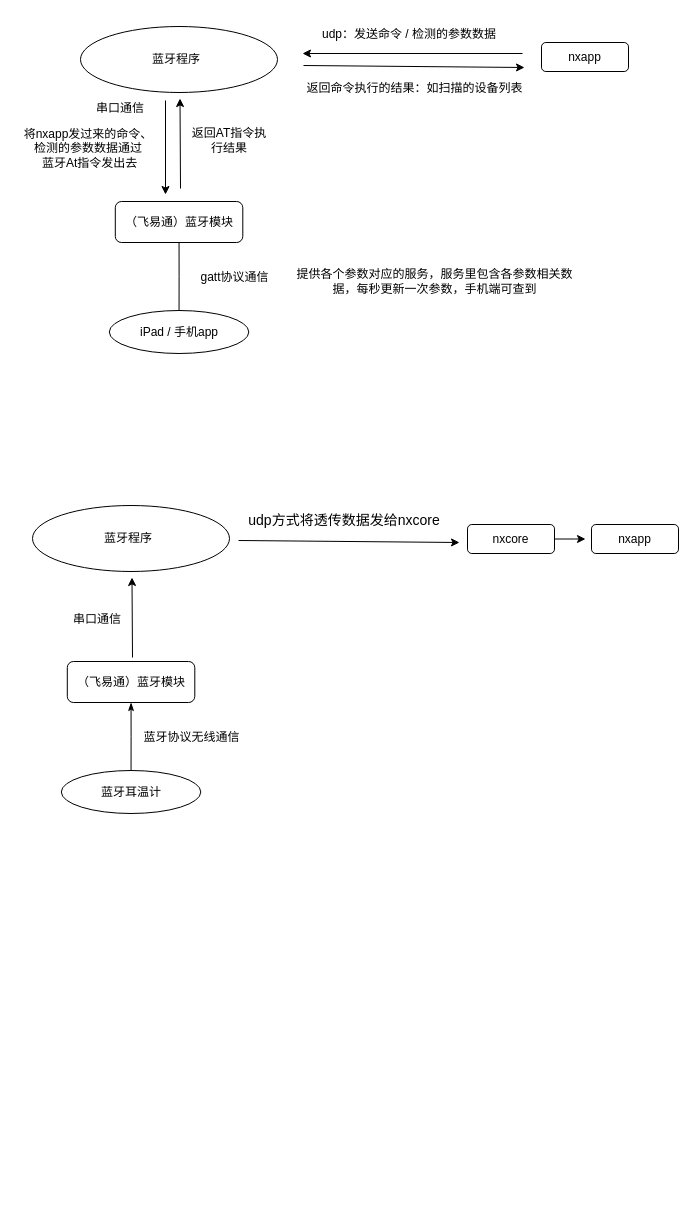
The draw.io diagram 蓝牙.drawio in weibu01/a_drawio, before the edit. Source tidied: cells renumbered, new cells numbered last; positions are measured from the earlier drawing's top-left corner, leaving out a move shared by most shapes. Both pictures are drawn from the tidied source at 100%, with x=0, y=0 at pixel (17, 19).
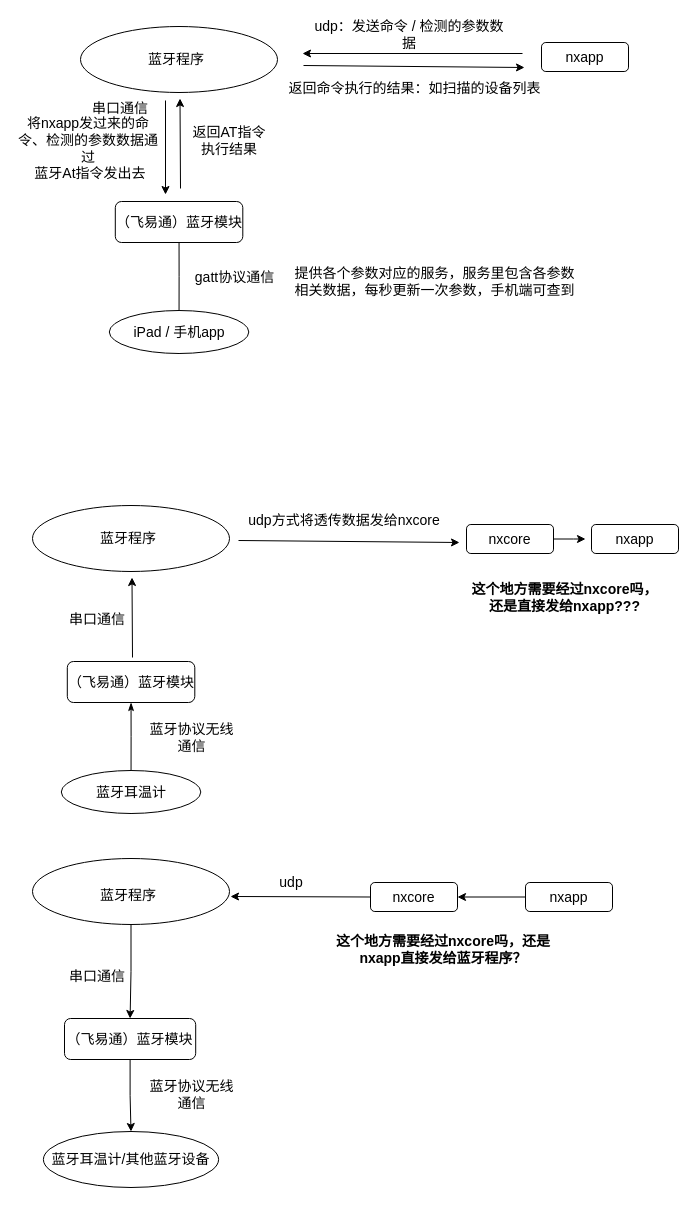
Above is the later version.

Diff of the diagram source:
```diff
@@
-    <mxCell id="2" value="nxapp" style="rounded=1;whiteSpace=wrap;html=1;" parent="1" vertex="1">
+    <mxCell id="2" value="&lt;font style=&quot;vertical-align: inherit; font-size: 14px;&quot;&gt;&lt;font style=&quot;vertical-align: inherit; font-size: 14px;&quot;&gt;nxapp&lt;/font&gt;&lt;/font&gt;" style="rounded=1;whiteSpace=wrap;html=1;fontSize=14;" parent="1" vertex="1">
       <mxGeometry x="524" y="23" width="87" height="29" as="geometry" />
     </mxCell>
-    <mxCell id="3" style="ellipse;whiteSpace=wrap;html=1;" parent="1" vertex="1">
+    <mxCell id="3" style="ellipse;whiteSpace=wrap;html=1;fontSize=14;" parent="1" vertex="1">
       <mxGeometry x="63" y="7" width="197" height="66" as="geometry" />
     </mxCell>
-    <mxCell id="4" value="蓝牙程序" style="text;html=1;strokeColor=none;fillColor=none;align=center;verticalAlign=middle;whiteSpace=wrap;rounded=0;" parent="1" vertex="1">
+    <mxCell id="4" value="蓝牙程序" style="text;html=1;strokeColor=none;fillColor=none;align=center;verticalAlign=middle;whiteSpace=wrap;rounded=0;fontSize=14;" parent="1" vertex="1">
       <mxGeometry x="129" y="25" width="60" height="30" as="geometry" />
     </mxCell>
-    <mxCell id="5" value="udp：发送命令 / 检测的参数数据" style="text;html=1;strokeColor=none;fillColor=none;align=center;verticalAlign=middle;whiteSpace=wrap;rounded=0;" parent="1" vertex="1">
+    <mxCell id="5" value="&lt;font style=&quot;vertical-align: inherit; font-size: 14px;&quot;&gt;&lt;font style=&quot;vertical-align: inherit; font-size: 14px;&quot;&gt;udp：发送命令 / 检测的参数数据&lt;/font&gt;&lt;/font&gt;" style="text;html=1;strokeColor=none;fillColor=none;align=center;verticalAlign=middle;whiteSpace=wrap;rounded=0;fontSize=14;" parent="1" vertex="1">
       <mxGeometry x="295" width="194" height="29" as="geometry" />
     </mxCell>
-    <mxCell id="6" value="iPad / 手机app" style="ellipse;whiteSpace=wrap;html=1;" parent="1" vertex="1">
+    <mxCell id="6" value="iPad / 手机app" style="ellipse;whiteSpace=wrap;html=1;fontSize=14;" parent="1" vertex="1">
       <mxGeometry x="91.8" y="291" width="139.5" height="43" as="geometry" />
     </mxCell>
-    <mxCell id="7" style="edgeStyle=orthogonalEdgeStyle;rounded=0;jettySize=auto;html=1;exitX=0.5;exitY=1;exitDx=0;exitDy=0;endArrow=none;endFill=0;" parent="1" edge="1" source="8" target="6">
+    <mxCell id="7" style="edgeStyle=orthogonalEdgeStyle;rounded=0;jettySize=auto;html=1;exitX=0.5;exitY=1;exitDx=0;exitDy=0;endArrow=none;endFill=0;fontSize=14;" parent="1" edge="1" source="8" target="6">
       <mxGeometry relative="1" as="geometry" />
     </mxCell>
-    <mxCell id="8" value="（飞易通）蓝牙模块" style="rounded=1;whiteSpace=wrap;html=1;" parent="1" vertex="1">
+    <mxCell id="8" value="&lt;font style=&quot;vertical-align: inherit; font-size: 14px;&quot;&gt;&lt;font style=&quot;vertical-align: inherit; font-size: 14px;&quot;&gt;（飞易通）蓝牙模块&lt;/font&gt;&lt;/font&gt;" style="rounded=1;whiteSpace=wrap;html=1;fontSize=14;" parent="1" vertex="1">
       <mxGeometry x="97.8" y="182" width="127.5" height="41" as="geometry" />
     </mxCell>
-    <mxCell id="9" value="串口通信" style="text;html=1;strokeColor=none;fillColor=none;align=center;verticalAlign=middle;whiteSpace=wrap;rounded=0;" parent="1" vertex="1">
+    <mxCell id="9" value="&lt;font style=&quot;vertical-align: inherit; font-size: 14px;&quot;&gt;&lt;font style=&quot;vertical-align: inherit; font-size: 14px;&quot;&gt;串口通信&lt;/font&gt;&lt;/font&gt;" style="text;html=1;strokeColor=none;fillColor=none;align=center;verticalAlign=middle;whiteSpace=wrap;rounded=0;fontSize=14;" parent="1" vertex="1">
       <mxGeometry x="73" y="74" width="60" height="30" as="geometry" />
     </mxCell>
-    <mxCell id="10" value="gatt协议通信&lt;br&gt;" style="text;html=1;strokeColor=none;fillColor=none;align=center;verticalAlign=middle;whiteSpace=wrap;rounded=0;" parent="1" vertex="1">
+    <mxCell id="10" value="&lt;font style=&quot;vertical-align: inherit; font-size: 14px;&quot;&gt;&lt;font style=&quot;vertical-align: inherit; font-size: 14px;&quot;&gt;gatt协议通信&lt;br style=&quot;font-size: 14px;&quot;&gt;&lt;/font&gt;&lt;/font&gt;" style="text;html=1;strokeColor=none;fillColor=none;align=center;verticalAlign=middle;whiteSpace=wrap;rounded=0;fontSize=14;" parent="1" vertex="1">
       <mxGeometry x="168" y="244" width="99" height="27" as="geometry" />
     </mxCell>
-    <mxCell id="11" style="endArrow=classic;html=1;rounded=0;" parent="1" edge="1">
+    <mxCell id="11" style="endArrow=classic;html=1;rounded=0;fontSize=14;" parent="1" edge="1">
       <mxGeometry relative="1" as="geometry">
         <mxPoint x="286" y="46" as="sourcePoint" />
         <mxPoint x="507" y="48" as="targetPoint" />
       </mxGeometry>
     </mxCell>
-    <mxCell id="12" style="endArrow=classic;html=1;rounded=0;" parent="1" edge="1">
+    <mxCell id="12" style="endArrow=classic;html=1;rounded=0;fontSize=14;" parent="1" edge="1">
       <mxGeometry relative="1" as="geometry">
         <mxPoint x="505" y="34" as="sourcePoint" />
         <mxPoint x="285" y="34" as="targetPoint" />
       </mxGeometry>
     </mxCell>
-    <mxCell id="13" value="返回命令执行的结果：如扫描的设备列表" style="text;html=1;strokeColor=none;fillColor=none;align=center;verticalAlign=middle;whiteSpace=wrap;rounded=0;" parent="1" vertex="1">
+    <mxCell id="13" value="&lt;font style=&quot;vertical-align: inherit; font-size: 14px;&quot;&gt;&lt;font style=&quot;vertical-align: inherit; font-size: 14px;&quot;&gt;返回命令执行的结果：如扫描的设备列表&lt;/font&gt;&lt;/font&gt;" style="text;html=1;strokeColor=none;fillColor=none;align=center;verticalAlign=middle;whiteSpace=wrap;rounded=0;fontSize=14;" parent="1" vertex="1">
       <mxGeometry x="264" y="54" width="267" height="29" as="geometry" />
     </mxCell>
-    <mxCell id="14" value="提供各个参数对应的服务，服务里包含各参数相关数据，每秒更新一次参数，手机端可查到" style="text;html=1;strokeColor=none;fillColor=none;align=center;verticalAlign=middle;whiteSpace=wrap;rounded=0;" parent="1" vertex="1">
+    <mxCell id="14" value="提供各个参数对应的服务，服务里包含各参数相关数据，每秒更新一次参数，手机端可查到" style="text;html=1;strokeColor=none;fillColor=none;align=center;verticalAlign=middle;whiteSpace=wrap;rounded=0;fontSize=14;" parent="1" vertex="1">
       <mxGeometry x="275" y="236" width="285" height="52" as="geometry" />
     </mxCell>
-    <mxCell id="15" style="endArrow=classic;html=1;rounded=0;" parent="1" edge="1">
+    <mxCell id="15" style="endArrow=classic;html=1;rounded=0;fontSize=14;" parent="1" edge="1">
       <mxGeometry relative="1" as="geometry">
         <mxPoint x="148" y="81" as="sourcePoint" />
         <mxPoint x="148" y="175" as="targetPoint" />
       </mxGeometry>
     </mxCell>
-    <mxCell id="16" style="endArrow=classic;html=1;rounded=0;" parent="1" edge="1">
+    <mxCell id="16" style="endArrow=classic;html=1;rounded=0;fontSize=14;" parent="1" edge="1">
       <mxGeometry relative="1" as="geometry">
         <mxPoint x="163" y="169" as="sourcePoint" />
         <mxPoint x="162.5" y="79" as="targetPoint" />
       </mxGeometry>
     </mxCell>
-    <mxCell id="17" value="将nxapp发过来的命令、检测的参数数据通过&lt;br&gt;&amp;nbsp;蓝牙At指令发出去" style="text;html=1;strokeColor=none;fillColor=none;align=center;verticalAlign=middle;whiteSpace=wrap;rounded=0;" parent="1" vertex="1">
+    <mxCell id="17" value="&lt;font style=&quot;vertical-align: inherit; font-size: 14px;&quot;&gt;&lt;font style=&quot;vertical-align: inherit; font-size: 14px;&quot;&gt;将nxapp发过来的命令、检测的参数数据通过&lt;br style=&quot;font-size: 14px;&quot;&gt;&amp;nbsp;蓝牙At指令发出去&lt;/font&gt;&lt;/font&gt;" style="text;html=1;strokeColor=none;fillColor=none;align=center;verticalAlign=middle;whiteSpace=wrap;rounded=0;fontSize=14;" parent="1" vertex="1">
       <mxGeometry y="98" width="142" height="61" as="geometry" />
     </mxCell>
-    <mxCell id="18" value="返回AT指令执行结果" style="text;html=1;strokeColor=none;fillColor=none;align=center;verticalAlign=middle;whiteSpace=wrap;rounded=0;" parent="1" vertex="1">
+    <mxCell id="18" value="返回AT指令执行结果" style="text;html=1;strokeColor=none;fillColor=none;align=center;verticalAlign=middle;whiteSpace=wrap;rounded=0;fontSize=14;" parent="1" vertex="1">
       <mxGeometry x="172" y="104" width="80" height="33" as="geometry" />
     </mxCell>
-    <mxCell id="19" style="edgeStyle=orthogonalEdgeStyle;rounded=0;jettySize=auto;html=1;" parent="1" edge="1" source="20">
+    <mxCell id="19" style="edgeStyle=orthogonalEdgeStyle;rounded=0;jettySize=auto;html=1;fontSize=14;" parent="1" edge="1" source="20">
       <mxGeometry relative="1" as="geometry">
         <mxPoint x="568" y="519.5" as="targetPoint" />
       </mxGeometry>
     </mxCell>
-    <mxCell id="20" value="nxcore" style="rounded=1;whiteSpace=wrap;html=1;" parent="1" vertex="1">
-      <mxGeometry x="450" y="505" width="87" height="29" as="geometry" />
+    <mxCell id="20" value="&lt;font style=&quot;vertical-align: inherit; font-size: 14px;&quot;&gt;&lt;font style=&quot;vertical-align: inherit; font-size: 14px;&quot;&gt;nxcore&lt;/font&gt;&lt;/font&gt;" style="rounded=1;whiteSpace=wrap;html=1;fontSize=14;" parent="1" vertex="1">
+      <mxGeometry x="449" y="505" width="87" height="29" as="geometry" />
     </mxCell>
-    <mxCell id="21" style="ellipse;whiteSpace=wrap;html=1;" parent="1" vertex="1">
+    <mxCell id="21" style="ellipse;whiteSpace=wrap;html=1;fontSize=14;" parent="1" vertex="1">
       <mxGeometry x="15" y="486" width="197" height="66" as="geometry" />
     </mxCell>
-    <mxCell id="22" value="蓝牙程序" style="text;html=1;strokeColor=none;fillColor=none;align=center;verticalAlign=middle;whiteSpace=wrap;rounded=0;" parent="1" vertex="1">
+    <mxCell id="22" value="蓝牙程序" style="text;html=1;strokeColor=none;fillColor=none;align=center;verticalAlign=middle;whiteSpace=wrap;rounded=0;fontSize=14;" parent="1" vertex="1">
       <mxGeometry x="81" y="504" width="60" height="30" as="geometry" />
     </mxCell>
-    <mxCell id="23" value="&lt;font style=&quot;font-size: 14px;&quot;&gt;udp方式将透传数据发给nxcore&lt;/font&gt;" style="text;html=1;strokeColor=none;fillColor=none;align=center;verticalAlign=middle;whiteSpace=wrap;rounded=0;" parent="1" vertex="1">
+    <mxCell id="23" value="&lt;font style=&quot;font-size: 14px;&quot;&gt;udp方式将透传数据发给nxcore&lt;/font&gt;" style="text;html=1;strokeColor=none;fillColor=none;align=center;verticalAlign=middle;whiteSpace=wrap;rounded=0;fontSize=14;" parent="1" vertex="1">
       <mxGeometry x="230" y="486" width="194" height="29" as="geometry" />
     </mxCell>
-    <mxCell id="24" value="蓝牙耳温计" style="ellipse;whiteSpace=wrap;html=1;" parent="1" vertex="1">
+    <mxCell id="24" value="蓝牙耳温计" style="ellipse;whiteSpace=wrap;html=1;fontSize=14;" parent="1" vertex="1">
       <mxGeometry x="43.8" y="751" width="139.5" height="43" as="geometry" />
     </mxCell>
-    <mxCell id="25" style="edgeStyle=orthogonalEdgeStyle;rounded=0;jettySize=auto;html=1;exitX=0.5;exitY=1;exitDx=0;exitDy=0;endArrow=none;endFill=0;startArrow=classicThin;startFill=1;" parent="1" edge="1" source="26" target="24">
+    <mxCell id="25" style="edgeStyle=orthogonalEdgeStyle;rounded=0;jettySize=auto;html=1;exitX=0.5;exitY=1;exitDx=0;exitDy=0;endArrow=none;endFill=0;startArrow=classicThin;startFill=1;fontSize=14;" parent="1" edge="1" source="26" target="24">
       <mxGeometry relative="1" as="geometry" />
     </mxCell>
-    <mxCell id="26" value="（飞易通）蓝牙模块" style="rounded=1;whiteSpace=wrap;html=1;" parent="1" vertex="1">
+    <mxCell id="26" value="&lt;font style=&quot;vertical-align: inherit; font-size: 14px;&quot;&gt;&lt;font style=&quot;vertical-align: inherit; font-size: 14px;&quot;&gt;（飞易通）蓝牙模块&lt;/font&gt;&lt;/font&gt;" style="rounded=1;whiteSpace=wrap;html=1;fontSize=14;" parent="1" vertex="1">
       <mxGeometry x="49.8" y="642" width="127.5" height="41" as="geometry" />
     </mxCell>
-    <mxCell id="27" value="串口通信" style="text;html=1;strokeColor=none;fillColor=none;align=center;verticalAlign=middle;whiteSpace=wrap;rounded=0;" parent="1" vertex="1">
+    <mxCell id="27" value="&lt;font style=&quot;vertical-align: inherit; font-size: 14px;&quot;&gt;&lt;font style=&quot;vertical-align: inherit; font-size: 14px;&quot;&gt;串口通信&lt;/font&gt;&lt;/font&gt;" style="text;html=1;strokeColor=none;fillColor=none;align=center;verticalAlign=middle;whiteSpace=wrap;rounded=0;fontSize=14;" parent="1" vertex="1">
       <mxGeometry x="49.8" y="585" width="60" height="30" as="geometry" />
     </mxCell>
-    <mxCell id="28" value="蓝牙协议无线通信&lt;br&gt;" style="text;html=1;strokeColor=none;fillColor=none;align=center;verticalAlign=middle;whiteSpace=wrap;rounded=0;" parent="1" vertex="1">
+    <mxCell id="28" value="&lt;font style=&quot;vertical-align: inherit; font-size: 14px;&quot;&gt;&lt;font style=&quot;vertical-align: inherit; font-size: 14px;&quot;&gt;蓝牙协议无线通信&lt;br style=&quot;font-size: 14px;&quot;&gt;&lt;/font&gt;&lt;/font&gt;" style="text;html=1;strokeColor=none;fillColor=none;align=center;verticalAlign=middle;whiteSpace=wrap;rounded=0;fontSize=14;" parent="1" vertex="1">
       <mxGeometry x="125" y="704" width="99" height="27" as="geometry" />
     </mxCell>
-    <mxCell id="29" style="endArrow=classic;html=1;rounded=0;" parent="1" edge="1">
+    <mxCell id="29" style="endArrow=classic;html=1;rounded=0;fontSize=14;" parent="1" edge="1">
       <mxGeometry relative="1" as="geometry">
         <mxPoint x="221" y="521" as="sourcePoint" />
         <mxPoint x="442" y="523" as="targetPoint" />
       </mxGeometry>
     </mxCell>
-    <mxCell id="30" style="endArrow=classic;html=1;rounded=0;" parent="1" edge="1">
+    <mxCell id="30" style="endArrow=classic;html=1;rounded=0;fontSize=14;" parent="1" edge="1">
       <mxGeometry relative="1" as="geometry">
         <mxPoint x="115" y="638" as="sourcePoint" />
         <mxPoint x="114.5" y="558" as="targetPoint" />
       </mxGeometry>
     </mxCell>
-    <mxCell id="31" value="nxapp" style="rounded=1;whiteSpace=wrap;html=1;" parent="1" vertex="1">
+    <mxCell id="31" value="&lt;font style=&quot;vertical-align: inherit; font-size: 14px;&quot;&gt;&lt;font style=&quot;vertical-align: inherit; font-size: 14px;&quot;&gt;nxapp&lt;/font&gt;&lt;/font&gt;" style="rounded=1;whiteSpace=wrap;html=1;fontSize=14;" parent="1" vertex="1">
       <mxGeometry x="574" y="505" width="87" height="29" as="geometry" />
     </mxCell>
+    <mxCell id="32" style="edgeStyle=orthogonalEdgeStyle;rounded=0;jettySize=auto;html=1;exitX=0;exitY=0.5;exitDx=0;exitDy=0;fontSize=14;" parent="1" edge="1" source="33">
+      <mxGeometry relative="1" as="geometry">
+        <mxPoint x="213" y="877" as="targetPoint" />
+      </mxGeometry>
+    </mxCell>
+    <mxCell id="33" value="&lt;font style=&quot;vertical-align: inherit; font-size: 14px;&quot;&gt;&lt;font style=&quot;vertical-align: inherit; font-size: 14px;&quot;&gt;nxcore&lt;/font&gt;&lt;/font&gt;" style="rounded=1;whiteSpace=wrap;html=1;fontSize=14;" parent="1" vertex="1">
+      <mxGeometry x="353" y="863" width="87" height="29" as="geometry" />
+    </mxCell>
+    <mxCell id="34" style="edgeStyle=orthogonalEdgeStyle;rounded=0;jettySize=auto;html=1;exitX=0.5;exitY=1;exitDx=0;exitDy=0;fontSize=14;" parent="1" edge="1" source="35" target="40">
+      <mxGeometry relative="1" as="geometry" />
+    </mxCell>
+    <mxCell id="35" style="ellipse;whiteSpace=wrap;html=1;fontSize=14;" parent="1" vertex="1">
+      <mxGeometry x="15" y="839" width="197" height="66" as="geometry" />
+    </mxCell>
+    <mxCell id="36" value="蓝牙程序" style="text;html=1;strokeColor=none;fillColor=none;align=center;verticalAlign=middle;whiteSpace=wrap;rounded=0;fontSize=14;" parent="1" vertex="1">
+      <mxGeometry x="81" y="861" width="60" height="30" as="geometry" />
+    </mxCell>
+    <mxCell id="37" value="&lt;font style=&quot;font-size: 14px;&quot;&gt;udp&lt;/font&gt;" style="text;html=1;strokeColor=none;fillColor=none;align=center;verticalAlign=middle;whiteSpace=wrap;rounded=0;fontSize=14;" parent="1" vertex="1">
+      <mxGeometry x="177.2" y="848" width="194" height="29" as="geometry" />
+    </mxCell>
+    <mxCell id="38" value="蓝牙耳温计/其他蓝牙设备" style="ellipse;whiteSpace=wrap;html=1;fontSize=14;" parent="1" vertex="1">
+      <mxGeometry x="25.9" y="1112" width="175.2" height="56" as="geometry" />
+    </mxCell>
+    <mxCell id="39" style="edgeStyle=orthogonalEdgeStyle;rounded=0;jettySize=auto;html=1;exitX=0.5;exitY=1;exitDx=0;exitDy=0;entryX=0.5;entryY=0;entryDx=0;entryDy=0;fontSize=14;" parent="1" edge="1" source="40" target="38">
+      <mxGeometry relative="1" as="geometry" />
+    </mxCell>
+    <mxCell id="40" value="&lt;font style=&quot;vertical-align: inherit; font-size: 14px;&quot;&gt;&lt;font style=&quot;vertical-align: inherit; font-size: 14px;&quot;&gt;（飞易通）蓝牙模块&lt;/font&gt;&lt;/font&gt;" style="rounded=1;whiteSpace=wrap;html=1;fontSize=14;" parent="1" vertex="1">
+      <mxGeometry x="47" y="999" width="131.2" height="41" as="geometry" />
+    </mxCell>
+    <mxCell id="41" value="&lt;font style=&quot;vertical-align: inherit; font-size: 14px;&quot;&gt;&lt;font style=&quot;vertical-align: inherit; font-size: 14px;&quot;&gt;串口通信&lt;/font&gt;&lt;/font&gt;" style="text;html=1;strokeColor=none;fillColor=none;align=center;verticalAlign=middle;whiteSpace=wrap;rounded=0;fontSize=14;" parent="1" vertex="1">
+      <mxGeometry x="49.8" y="942" width="60" height="30" as="geometry" />
+    </mxCell>
+    <mxCell id="42" value="&lt;font style=&quot;vertical-align: inherit; font-size: 14px;&quot;&gt;&lt;font style=&quot;vertical-align: inherit; font-size: 14px;&quot;&gt;蓝牙协议无线通信&lt;br style=&quot;font-size: 14px;&quot;&gt;&lt;/font&gt;&lt;/font&gt;" style="text;html=1;strokeColor=none;fillColor=none;align=center;verticalAlign=middle;whiteSpace=wrap;rounded=0;fontSize=14;" parent="1" vertex="1">
+      <mxGeometry x="125" y="1061" width="99" height="27" as="geometry" />
+    </mxCell>
+    <mxCell id="43" style="edgeStyle=orthogonalEdgeStyle;rounded=0;jettySize=auto;html=1;exitX=0;exitY=0.5;exitDx=0;exitDy=0;entryX=1;entryY=0.5;entryDx=0;entryDy=0;fontSize=14;" parent="1" edge="1" source="44" target="33">
+      <mxGeometry relative="1" as="geometry" />
+    </mxCell>
+    <mxCell id="44" value="&lt;font style=&quot;vertical-align: inherit; font-size: 14px;&quot;&gt;&lt;font style=&quot;vertical-align: inherit; font-size: 14px;&quot;&gt;nxapp&lt;/font&gt;&lt;/font&gt;" style="rounded=1;whiteSpace=wrap;html=1;fontSize=14;" parent="1" vertex="1">
+      <mxGeometry x="508" y="863" width="87" height="29" as="geometry" />
+    </mxCell>
+    <mxCell id="45" value="&lt;b&gt;这个地方需要经过nxcore吗，还是直接发给nxapp???&lt;/b&gt;" style="text;html=1;strokeColor=none;fillColor=none;align=center;verticalAlign=middle;whiteSpace=wrap;rounded=0;fontSize=14;" parent="1" vertex="1">
+      <mxGeometry x="449" y="548" width="197" height="60" as="geometry" />
+    </mxCell>
+    <mxCell id="46" value="&lt;b&gt;这个地方需要经过nxcore吗，还是nxapp直接发给蓝牙程序？&lt;/b&gt;" style="text;html=1;strokeColor=none;fillColor=none;align=center;verticalAlign=middle;whiteSpace=wrap;rounded=0;fontSize=14;" parent="1" vertex="1">
+      <mxGeometry x="300" y="901" width="252" height="57" as="geometry" />
+    </mxCell>
```
